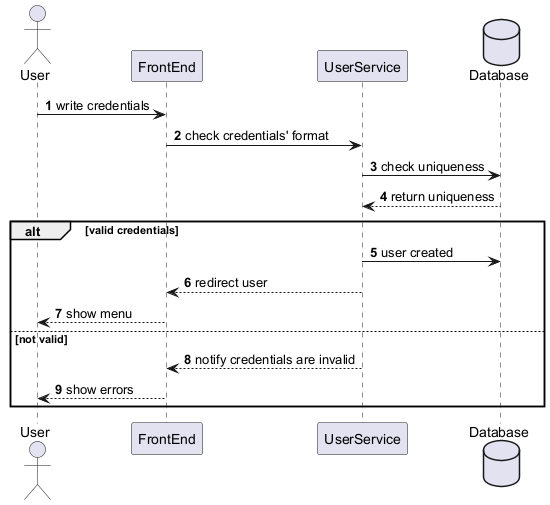
Before: images/Sign up diagram.png, a diagram exported from PlantUML (Arquisoft/wichat_en3a).
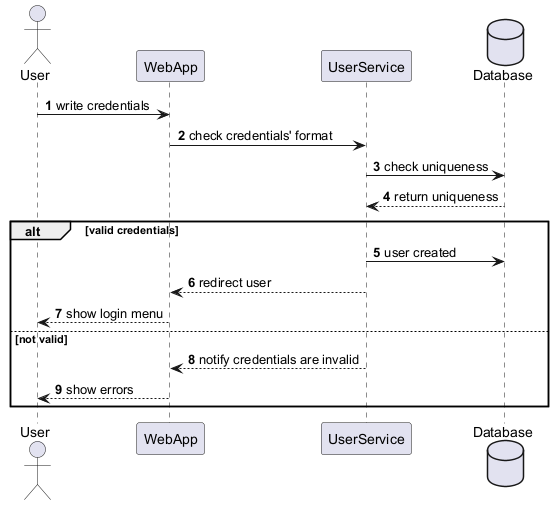
After the change.

What changed in the source:
```diff
@@ -1,21 +1,21 @@
 @startuml
 autonumber
 actor User
-participant FrontEnd
+participant WebApp
 participant UserService
 database Database
 
-User -> FrontEnd: write credentials
-FrontEnd -> UserService: check credentials' format
+User -> WebApp: write credentials
+WebApp -> UserService: check credentials' format
 UserService -> Database: check uniqueness
 Database --> UserService: return uniqueness
 
 alt valid credentials
     UserService -> Database: user created
-    UserService --> FrontEnd: redirect user
-    FrontEnd --> User: show menu
+    UserService --> WebApp: redirect user
+    WebApp --> User: show login menu
 else not valid
-    UserService --> FrontEnd: notify credentials are invalid
-    FrontEnd --> User: show errors
+    UserService --> WebApp: notify credentials are invalid
+    WebApp --> User: show errors
 end
 @enduml
```
